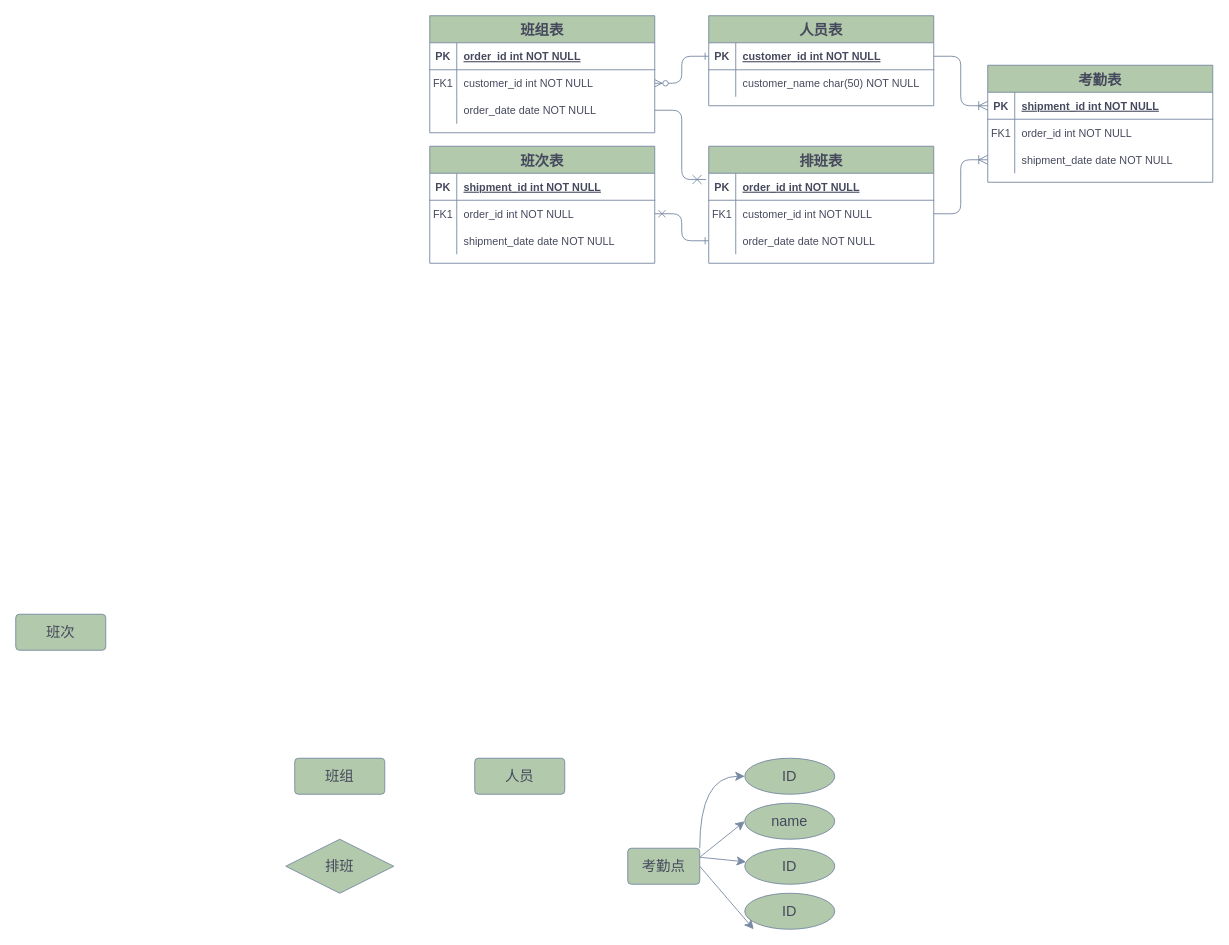
Earlier version of the draw.io diagram 考勤管理.drawio (jurentiancheng/drawio-project). Source tidied: cells renumbered, new cells numbered last; positions are measured from the earlier drawing's top-left corner, leaving out a move shared by most shapes. Both pictures are drawn from the tidied source at 90%, with x=0, y=0 at pixel (15, 15).
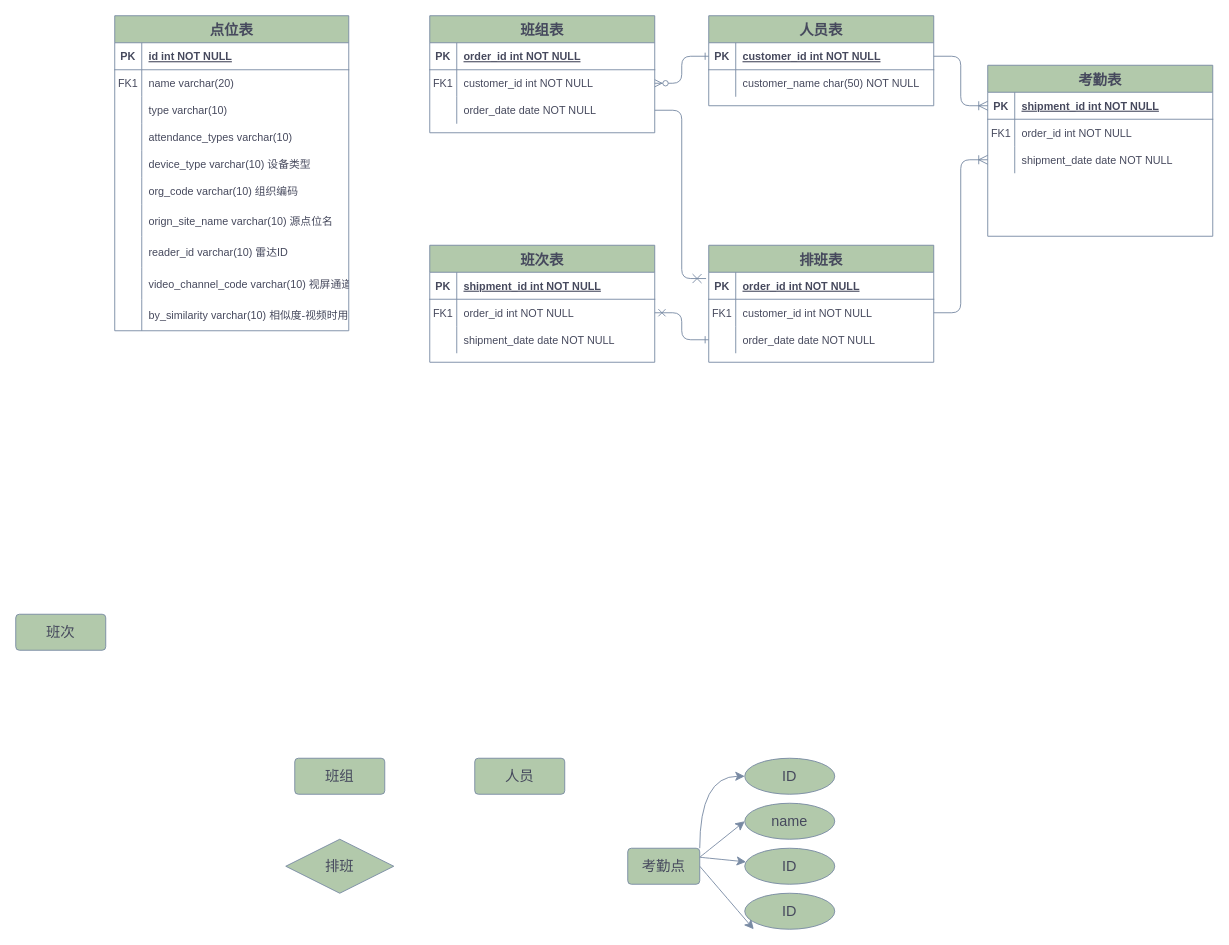
Above is the later version.

Commit message:
更新考勤管理.drawio

Change to the diagram source:
```diff
@@
     <mxCell id="14" value="班次表" style="shape=table;startSize=30;childLayout=tableLayout;rowLines=0;fontStyle=1;align=center;fontSize=16;labelBackgroundColor=none;fillColor=#B2C9AB;strokeColor=#788AA3;fontColor=#46495D;" parent="1" vertex="1">
-      <mxGeometry x="460" y="145" width="250" height="130" as="geometry" />
+      <mxGeometry x="460" y="255" width="250" height="130" as="geometry" />
     </mxCell>
@@
     <mxCell id="44" value="排班表" style="shape=table;startSize=30;childLayout=tableLayout;rowLines=0;fontStyle=1;align=center;fontSize=16;labelBackgroundColor=none;fillColor=#B2C9AB;strokeColor=#788AA3;fontColor=#46495D;" parent="1" vertex="1">
-      <mxGeometry x="770" y="145" width="250" height="130" as="geometry" />
+      <mxGeometry x="770" y="255" width="250" height="130" as="geometry" />
     </mxCell>
@@
     <mxCell id="55" value="考勤表" style="shape=table;startSize=30;childLayout=tableLayout;rowLines=0;fontStyle=1;align=center;fontSize=16;labelBackgroundColor=none;fillColor=#B2C9AB;strokeColor=#788AA3;fontColor=#46495D;" parent="1" vertex="1">
-      <mxGeometry x="1080" y="55" width="250" height="130" as="geometry" />
+      <mxGeometry x="1080" y="55" width="250" height="190" as="geometry" />
     </mxCell>
@@
+    <mxCell id="67" value="点位表" style="shape=table;startSize=30;childLayout=tableLayout;rowLines=0;fontStyle=1;align=center;fontSize=16;labelBackgroundColor=none;fillColor=#B2C9AB;strokeColor=#788AA3;fontColor=#46495D;" parent="1" vertex="1">
+      <mxGeometry x="110" width="260" height="350" as="geometry" />
+    </mxCell>
+    <mxCell id="68" style="shape=partialRectangle;fillColor=none;top=0;left=0;right=0;bottom=1;labelBackgroundColor=none;strokeColor=#788AA3;fontColor=#46495D;" parent="67" vertex="1">
+      <mxGeometry y="30" width="260" height="30" as="geometry" />
+    </mxCell>
+    <mxCell id="69" value="PK" style="shape=partialRectangle;overflow=hidden;fillColor=none;top=0;left=0;bottom=0;right=0;fontStyle=1;labelBackgroundColor=none;strokeColor=#788AA3;fontColor=#46495D;" parent="68" vertex="1">
+      <mxGeometry width="30" height="30" as="geometry" />
+    </mxCell>
+    <mxCell id="70" value="id int NOT NULL " style="shape=partialRectangle;overflow=hidden;fillColor=none;top=0;left=0;bottom=0;right=0;align=left;spacingLeft=6;fontStyle=5;labelBackgroundColor=none;strokeColor=#788AA3;fontColor=#46495D;" parent="68" vertex="1">
+      <mxGeometry x="30" width="230" height="30" as="geometry" />
+    </mxCell>
+    <mxCell id="71" style="shape=partialRectangle;fillColor=none;top=0;left=0;right=0;bottom=0;labelBackgroundColor=none;strokeColor=#788AA3;fontColor=#46495D;" parent="67" vertex="1">
+      <mxGeometry y="60" width="260" height="30" as="geometry" />
+    </mxCell>
+    <mxCell id="72" value="FK1" style="shape=partialRectangle;overflow=hidden;fillColor=none;top=0;left=0;bottom=0;right=0;labelBackgroundColor=none;strokeColor=#788AA3;fontColor=#46495D;" parent="71" vertex="1">
+      <mxGeometry width="30" height="30" as="geometry" />
+    </mxCell>
+    <mxCell id="73" value="name varchar(20)" style="shape=partialRectangle;overflow=hidden;fillColor=none;top=0;left=0;bottom=0;right=0;align=left;spacingLeft=6;labelBackgroundColor=none;strokeColor=#788AA3;fontColor=#46495D;" parent="71" vertex="1">
+      <mxGeometry x="30" width="230" height="30" as="geometry" />
+    </mxCell>
+    <mxCell id="74" style="shape=partialRectangle;fillColor=none;top=0;left=0;right=0;bottom=0;labelBackgroundColor=none;strokeColor=#788AA3;fontColor=#46495D;" parent="67" vertex="1">
+      <mxGeometry y="90" width="260" height="30" as="geometry" />
+    </mxCell>
+    <mxCell id="75" style="shape=partialRectangle;overflow=hidden;fillColor=none;top=0;left=0;bottom=0;right=0;labelBackgroundColor=none;strokeColor=#788AA3;fontColor=#46495D;" parent="74" vertex="1">
+      <mxGeometry width="30" height="30" as="geometry" />
+    </mxCell>
+    <mxCell id="76" value="type varchar(10)" style="shape=partialRectangle;overflow=hidden;fillColor=none;top=0;left=0;bottom=0;right=0;align=left;spacingLeft=6;labelBackgroundColor=none;strokeColor=#788AA3;fontColor=#46495D;" parent="74" vertex="1">
+      <mxGeometry x="30" width="230" height="30" as="geometry" />
+    </mxCell>
+    <mxCell id="77" style="shape=partialRectangle;fillColor=none;top=0;left=0;right=0;bottom=0;labelBackgroundColor=none;strokeColor=#788AA3;fontColor=#46495D;" parent="67" vertex="1">
+      <mxGeometry y="120" width="260" height="30" as="geometry" />
+    </mxCell>
+    <mxCell id="78" style="shape=partialRectangle;overflow=hidden;fillColor=none;top=0;left=0;bottom=0;right=0;labelBackgroundColor=none;strokeColor=#788AA3;fontColor=#46495D;" parent="77" vertex="1">
+      <mxGeometry width="30" height="30" as="geometry" />
+    </mxCell>
+    <mxCell id="79" value="attendance_types varchar(10)" style="shape=partialRectangle;overflow=hidden;fillColor=none;top=0;left=0;bottom=0;right=0;align=left;spacingLeft=6;labelBackgroundColor=none;strokeColor=#788AA3;fontColor=#46495D;" parent="77" vertex="1">
+      <mxGeometry x="30" width="230" height="30" as="geometry" />
+    </mxCell>
+    <mxCell id="80" style="shape=partialRectangle;fillColor=none;top=0;left=0;right=0;bottom=0;labelBackgroundColor=none;strokeColor=#788AA3;fontColor=#46495D;" parent="67" vertex="1">
+      <mxGeometry y="150" width="260" height="30" as="geometry" />
+    </mxCell>
+    <mxCell id="81" style="shape=partialRectangle;overflow=hidden;fillColor=none;top=0;left=0;bottom=0;right=0;labelBackgroundColor=none;strokeColor=#788AA3;fontColor=#46495D;" parent="80" vertex="1">
+      <mxGeometry width="30" height="30" as="geometry" />
+    </mxCell>
+    <mxCell id="82" value="device_type varchar(10) 设备类型" style="shape=partialRectangle;overflow=hidden;fillColor=none;top=0;left=0;bottom=0;right=0;align=left;spacingLeft=6;labelBackgroundColor=none;strokeColor=#788AA3;fontColor=#46495D;" parent="80" vertex="1">
+      <mxGeometry x="30" width="230" height="30" as="geometry" />
+    </mxCell>
+    <mxCell id="83" style="shape=partialRectangle;fillColor=none;top=0;left=0;right=0;bottom=0;labelBackgroundColor=none;strokeColor=#788AA3;fontColor=#46495D;" parent="67" vertex="1">
+      <mxGeometry y="180" width="260" height="30" as="geometry" />
+    </mxCell>
+    <mxCell id="84" style="shape=partialRectangle;overflow=hidden;fillColor=none;top=0;left=0;bottom=0;right=0;labelBackgroundColor=none;strokeColor=#788AA3;fontColor=#46495D;" parent="83" vertex="1">
+      <mxGeometry width="30" height="30" as="geometry" />
+    </mxCell>
+    <mxCell id="85" value="org_code varchar(10) 组织编码" style="shape=partialRectangle;overflow=hidden;fillColor=none;top=0;left=0;bottom=0;right=0;align=left;spacingLeft=6;labelBackgroundColor=none;strokeColor=#788AA3;fontColor=#46495D;" parent="83" vertex="1">
+      <mxGeometry x="30" width="230" height="30" as="geometry" />
+    </mxCell>
+    <mxCell id="86" style="shape=partialRectangle;fillColor=none;top=0;left=0;right=0;bottom=0;labelBackgroundColor=none;strokeColor=#788AA3;fontColor=#46495D;" parent="67" vertex="1">
+      <mxGeometry y="210" width="260" height="35" as="geometry" />
+    </mxCell>
+    <mxCell id="87" style="shape=partialRectangle;overflow=hidden;fillColor=none;top=0;left=0;bottom=0;right=0;labelBackgroundColor=none;strokeColor=#788AA3;fontColor=#46495D;" parent="86" vertex="1">
+      <mxGeometry width="30" height="35" as="geometry" />
+    </mxCell>
+    <mxCell id="88" value="orign_site_name varchar(10) 源点位名" style="shape=partialRectangle;overflow=hidden;fillColor=none;top=0;left=0;bottom=0;right=0;align=left;spacingLeft=6;labelBackgroundColor=none;strokeColor=#788AA3;fontColor=#46495D;" parent="86" vertex="1">
+      <mxGeometry x="30" width="230" height="35" as="geometry" />
+    </mxCell>
+    <mxCell id="89" style="shape=partialRectangle;fillColor=none;top=0;left=0;right=0;bottom=0;labelBackgroundColor=none;strokeColor=#788AA3;fontColor=#46495D;" parent="67" vertex="1">
+      <mxGeometry y="245" width="260" height="35" as="geometry" />
+    </mxCell>
+    <mxCell id="90" style="shape=partialRectangle;overflow=hidden;fillColor=none;top=0;left=0;bottom=0;right=0;labelBackgroundColor=none;strokeColor=#788AA3;fontColor=#46495D;" parent="89" vertex="1">
+      <mxGeometry width="30" height="35" as="geometry" />
+    </mxCell>
+    <mxCell id="91" value="reader_id varchar(10) 雷达ID" style="shape=partialRectangle;overflow=hidden;fillColor=none;top=0;left=0;bottom=0;right=0;align=left;spacingLeft=6;labelBackgroundColor=none;strokeColor=#788AA3;fontColor=#46495D;" parent="89" vertex="1">
+      <mxGeometry x="30" width="230" height="35" as="geometry" />
+    </mxCell>
+    <mxCell id="92" style="shape=partialRectangle;fillColor=none;top=0;left=0;right=0;bottom=0;labelBackgroundColor=none;strokeColor=#788AA3;fontColor=#46495D;" parent="67" vertex="1">
+      <mxGeometry y="280" width="260" height="35" as="geometry" />
+    </mxCell>
+    <mxCell id="93" style="shape=partialRectangle;overflow=hidden;fillColor=none;top=0;left=0;bottom=0;right=0;labelBackgroundColor=none;strokeColor=#788AA3;fontColor=#46495D;" parent="92" vertex="1">
+      <mxGeometry width="30" height="35" as="geometry" />
+    </mxCell>
+    <mxCell id="94" value="video_channel_code varchar(10) 视屏通道" style="shape=partialRectangle;overflow=hidden;fillColor=none;top=0;left=0;bottom=0;right=0;align=left;spacingLeft=6;labelBackgroundColor=none;strokeColor=#788AA3;fontColor=#46495D;" parent="92" vertex="1">
+      <mxGeometry x="30" width="230" height="35" as="geometry" />
+    </mxCell>
+    <mxCell id="95" style="shape=partialRectangle;fillColor=none;top=0;left=0;right=0;bottom=0;labelBackgroundColor=none;strokeColor=#788AA3;fontColor=#46495D;" parent="67" vertex="1">
+      <mxGeometry y="315" width="260" height="35" as="geometry" />
+    </mxCell>
+    <mxCell id="96" style="shape=partialRectangle;overflow=hidden;fillColor=none;top=0;left=0;bottom=0;right=0;labelBackgroundColor=none;strokeColor=#788AA3;fontColor=#46495D;" parent="95" vertex="1">
+      <mxGeometry width="30" height="35" as="geometry" />
+    </mxCell>
+    <mxCell id="97" value="by_similarity varchar(10) 相似度-视频时用" style="shape=partialRectangle;overflow=hidden;fillColor=none;top=0;left=0;bottom=0;right=0;align=left;spacingLeft=6;labelBackgroundColor=none;strokeColor=#788AA3;fontColor=#46495D;" parent="95" vertex="1">
+      <mxGeometry x="30" width="230" height="35" as="geometry" />
+    </mxCell>
```
